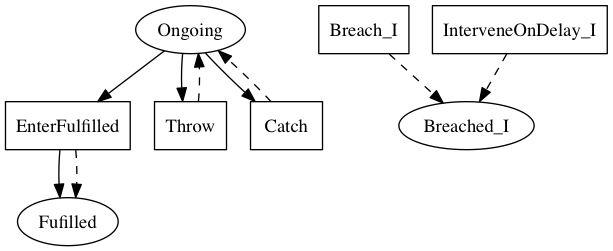
This is linear_state_machine_language/pyL4/examples/out_graphviz/toy_and_teaching/minimal_future-actions2.png from Marcao02/complaw-deeptech, a Graphviz export, as it was before one commit. Its source is kept beside it as linear_state_machine_language/pyL4/examples/out_graphviz/toy_and_teaching/minimal_future-actions2.dot.
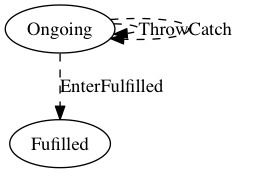
Later version of the same file.

Diff of the diagram source:
```diff
@@ -1,28 +1,18 @@
 
 digraph test_contract_2_for_must_later {
     Fulfilled[label=Fufilled];
-    Ongoing[label=Ongoing];
-	Breached_I[label=Breached_I]
-
-    EnterFulfilled[label=EnterFufilled,shape=box];
-    Throw[label=Throw,shape=box];
-	Catch[label=Catch,shape=box];
-	EnterFulfilled[label=EnterFulfilled,shape=box];
-	Breach_I[label=Breach_I,shape=box];
-	InterveneOnDelay_I[label=InterveneOnDelay_I,shape=box]
-
-    EnterFulfilled -> Fulfilled;
-
-    Ongoing -> Throw;
-	Ongoing -> EnterFulfilled;
-	Ongoing -> Catch
-
-    Throw -> Ongoing [style=dashed];
-	Catch -> Ongoing [style=dashed];
-	EnterFulfilled -> Fulfilled [style=dashed];
-	Breach_I -> Breached_I [style=dashed];
-	InterveneOnDelay_I -> Breached_I [style=dashed];
+    Ongoing[label=Ongoing]
 
 
 
+
+
+
+
+    Ongoing -> Fulfilled [style=dashed,label=EnterFulfilled];
+
+
+    Ongoing -> Ongoing [style=dashed,label=Throw];
+	Ongoing -> Ongoing [style=dashed,label=Catch];
+
 }
```
